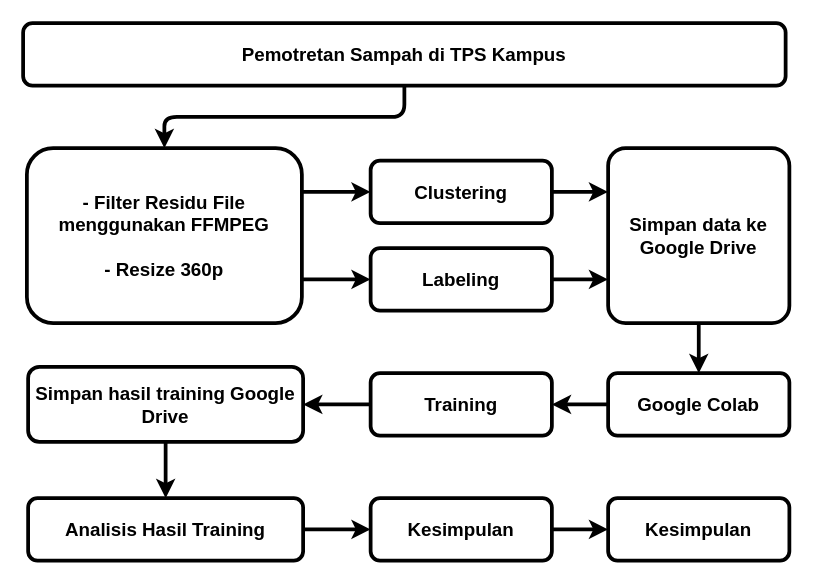
Before: planning/plan.drawio in syukrillah0108/Pemilahan-Sampah, a draw.io diagram. Source tidied: cells renumbered, new cells numbered last; positions are measured from the earlier drawing's top-left corner, leaving out a move shared by most shapes. Both pictures are drawn from the tidied source at 125%, with x=0, y=0 at pixel (22, 22).
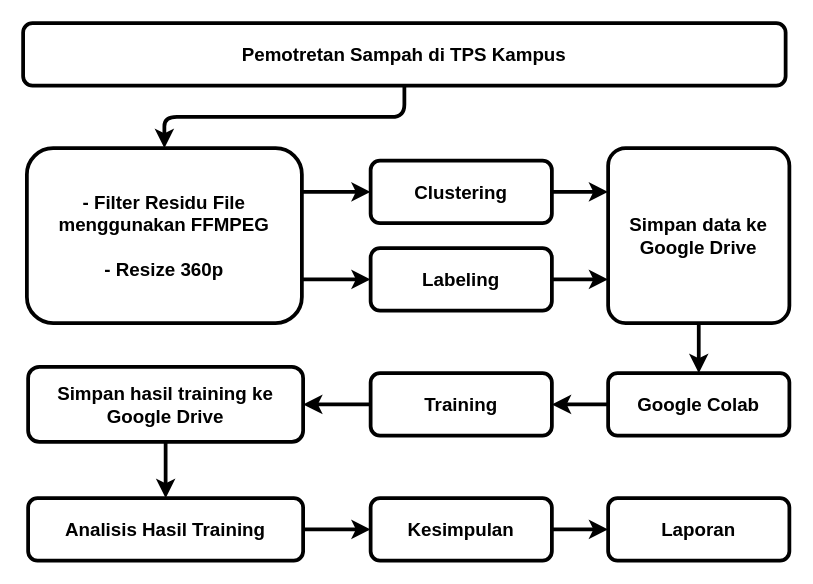
The same diagram, later.

Commit message:
Update diagram in plan.drawio for clarity and consistency

What changed in the source:
```diff
@@
-    <mxCell id="16" value="Simpan hasil training Google Drive" style="rounded=1;whiteSpace=wrap;html=1;fontStyle=1;fontSize=15;strokeWidth=3;" parent="1" vertex="1">
+    <mxCell id="16" value="Simpan hasil training ke Google Drive" style="rounded=1;whiteSpace=wrap;html=1;fontStyle=1;fontSize=15;strokeWidth=3;" parent="1" vertex="1">
       <mxGeometry x="4" y="275" width="220" height="60" as="geometry" />
     </mxCell>
@@
-    <mxCell id="22" value="Kesimpulan" style="rounded=1;whiteSpace=wrap;html=1;fontStyle=1;fontSize=15;strokeWidth=3;" parent="1" vertex="1">
+    <mxCell id="22" value="Laporan" style="rounded=1;whiteSpace=wrap;html=1;fontStyle=1;fontSize=15;strokeWidth=3;" parent="1" vertex="1">
       <mxGeometry x="468" y="380" width="145" height="50" as="geometry" />
     </mxCell>
```
